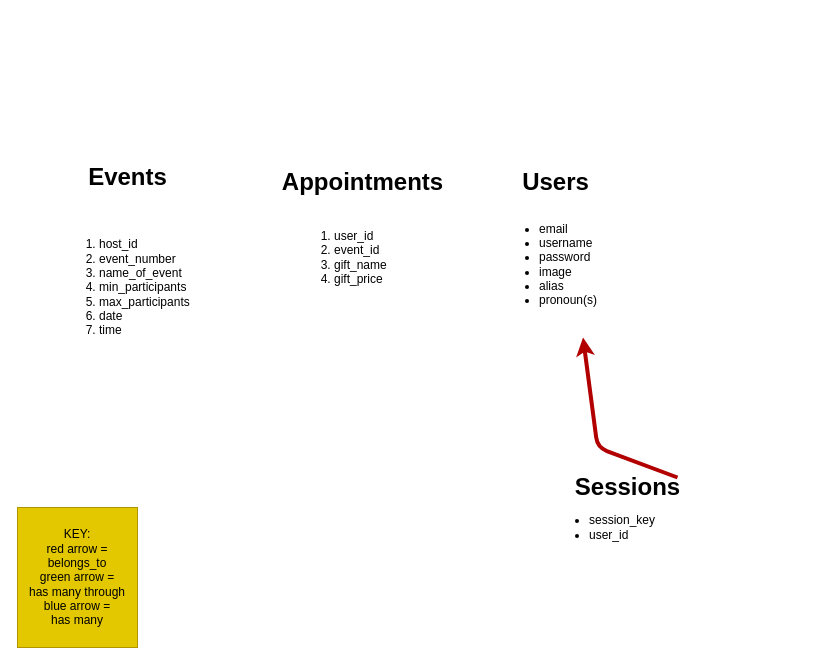
Above: schema.drawio in BrandonPinto/phase-5-project-brandon-pinto (draw.io), before the change. Source tidied: cells renumbered, new cells numbered last; positions are measured from the earlier drawing's top-left corner, leaving out a move shared by most shapes. Both pictures are drawn from the tidied source at 100%, with x=0, y=0 at pixel (17, 157).
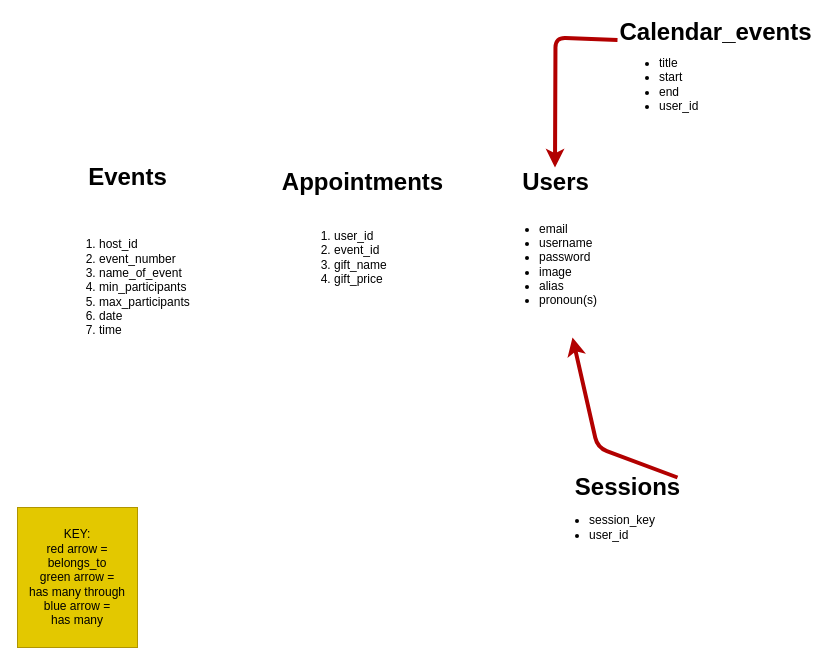
After the change.

What changed in the source:
```diff
@@
 <mxGraphModel>
   <root>
     <mxCell id="0" />
     <mxCell id="1" parent="0" />
     <mxCell id="2" value="Users" style="text;strokeColor=none;fillColor=none;html=1;fontSize=24;fontStyle=1;verticalAlign=middle;align=center;" parent="1" vertex="1">
       <mxGeometry x="490" y="10" width="95" height="30" as="geometry" />
     </mxCell>
     <mxCell id="3" value="Appointments" style="text;strokeColor=none;fillColor=none;html=1;fontSize=24;fontStyle=1;verticalAlign=middle;align=center;" parent="1" vertex="1">
       <mxGeometry x="295" y="5" width="100" height="40" as="geometry" />
     </mxCell>
     <mxCell id="4" value="&lt;div&gt;&lt;br&gt;&lt;/div&gt;&lt;ul&gt;&lt;li&gt;email&lt;/li&gt;&lt;li&gt;username&lt;/li&gt;&lt;li&gt;password&lt;/li&gt;&lt;li&gt;image&lt;/li&gt;&lt;li&gt;alias&lt;/li&gt;&lt;li&gt;pronoun(s)&lt;/li&gt;&lt;/ul&gt;" style="text;strokeColor=none;fillColor=none;html=1;whiteSpace=wrap;verticalAlign=middle;overflow=hidden;" parent="1" vertex="1">
       <mxGeometry x="480" y="20" width="150" height="160" as="geometry" />
     </mxCell>
     <mxCell id="5" value="&lt;ol&gt;&lt;li&gt;user_id&lt;/li&gt;&lt;li&gt;event_id&lt;/li&gt;&lt;li&gt;gift_name&lt;/li&gt;&lt;li&gt;gift_price&lt;/li&gt;&lt;/ol&gt;" style="text;strokeColor=none;fillColor=none;html=1;whiteSpace=wrap;verticalAlign=middle;overflow=hidden;" parent="1" vertex="1">
       <mxGeometry x="275" y="50" width="120" height="100" as="geometry" />
     </mxCell>
     <mxCell id="6" value="&lt;ul&gt;&lt;li&gt;session_key&lt;/li&gt;&lt;li&gt;user_id&lt;/li&gt;&lt;/ul&gt;" style="text;strokeColor=none;fillColor=none;html=1;whiteSpace=wrap;verticalAlign=middle;overflow=hidden;" parent="1" vertex="1">
       <mxGeometry x="530" y="330" width="140" height="80" as="geometry" />
     </mxCell>
-    <mxCell id="7" style="edgeStyle=none;html=1;fillColor=#e51400;strokeColor=#B20000;strokeWidth=4;exitX=1;exitY=0.25;exitDx=0;exitDy=0;" parent="1" edge="1" source="8" target="4">
+    <mxCell id="7" style="edgeStyle=none;html=1;fillColor=#e51400;strokeColor=#B20000;strokeWidth=4;exitX=1;exitY=0.25;exitDx=0;exitDy=0;" parent="1" edge="1" source="8">
       <mxGeometry relative="1" as="geometry">
+        <mxPoint x="555" y="180" as="targetPoint" />
         <Array as="points">
           <mxPoint x="580" y="290" />
         </Array>
       </mxGeometry>
     </mxCell>
     <mxCell id="8" value="Sessions" style="text;strokeColor=none;fillColor=none;html=1;fontSize=24;fontStyle=1;verticalAlign=middle;align=center;" parent="1" vertex="1">
       <mxGeometry x="560" y="310" width="100" height="40" as="geometry" />
     </mxCell>
     <mxCell id="9" value="KEY:&lt;br&gt;red arrow = belongs_to&lt;br&gt;green arrow =&lt;br&gt;has many through&lt;br&gt;blue arrow =&lt;br&gt;has many" style="rounded=0;whiteSpace=wrap;html=1;fillColor=#e3c800;fontColor=#000000;strokeColor=#B09500;" parent="1" vertex="1">
       <mxGeometry y="350" width="120" height="140" as="geometry" />
     </mxCell>
     <mxCell id="10" value="&lt;ol&gt;&lt;li&gt;host_id&lt;/li&gt;&lt;li&gt;event_number&lt;/li&gt;&lt;li&gt;name_of_event&lt;/li&gt;&lt;li&gt;min_participants&lt;/li&gt;&lt;li&gt;max_participants&lt;/li&gt;&lt;li&gt;date&lt;/li&gt;&lt;li&gt;time&lt;/li&gt;&lt;/ol&gt;" style="text;strokeColor=none;fillColor=none;html=1;whiteSpace=wrap;verticalAlign=middle;overflow=hidden;" parent="1" vertex="1">
       <mxGeometry x="40" y="50" width="160" height="160" as="geometry" />
     </mxCell>
     <mxCell id="11" value="Events" style="text;strokeColor=none;fillColor=none;html=1;fontSize=24;fontStyle=1;verticalAlign=middle;align=center;" parent="1" vertex="1">
       <mxGeometry x="60" width="100" height="40" as="geometry" />
     </mxCell>
+    <mxCell id="12" value="Calendar_events" style="text;strokeColor=none;fillColor=none;html=1;fontSize=24;fontStyle=1;verticalAlign=middle;align=center;" parent="1" vertex="1">
+      <mxGeometry x="600" y="-140" width="195" height="30" as="geometry" />
+    </mxCell>
+    <mxCell id="13" style="edgeStyle=none;html=1;fillColor=#e51400;strokeColor=#B20000;strokeWidth=4;entryX=0.5;entryY=0;entryDx=0;entryDy=0;exitX=0;exitY=0.75;exitDx=0;exitDy=0;" parent="1" edge="1" source="12" target="2">
+      <mxGeometry relative="1" as="geometry">
+        <Array as="points">
+          <mxPoint x="538" y="-120" />
+        </Array>
+      </mxGeometry>
+    </mxCell>
+    <mxCell id="14" value="&lt;div&gt;&lt;br&gt;&lt;/div&gt;&lt;ul&gt;&lt;li&gt;title&lt;/li&gt;&lt;li&gt;start&lt;/li&gt;&lt;li&gt;end&lt;/li&gt;&lt;li&gt;user_id&lt;/li&gt;&lt;/ul&gt;" style="text;strokeColor=none;fillColor=none;html=1;whiteSpace=wrap;verticalAlign=middle;overflow=hidden;" parent="1" vertex="1">
+      <mxGeometry x="600" y="-140" width="150" height="120" as="geometry" />
+    </mxCell>
   </root>
 </mxGraphModel>
```
